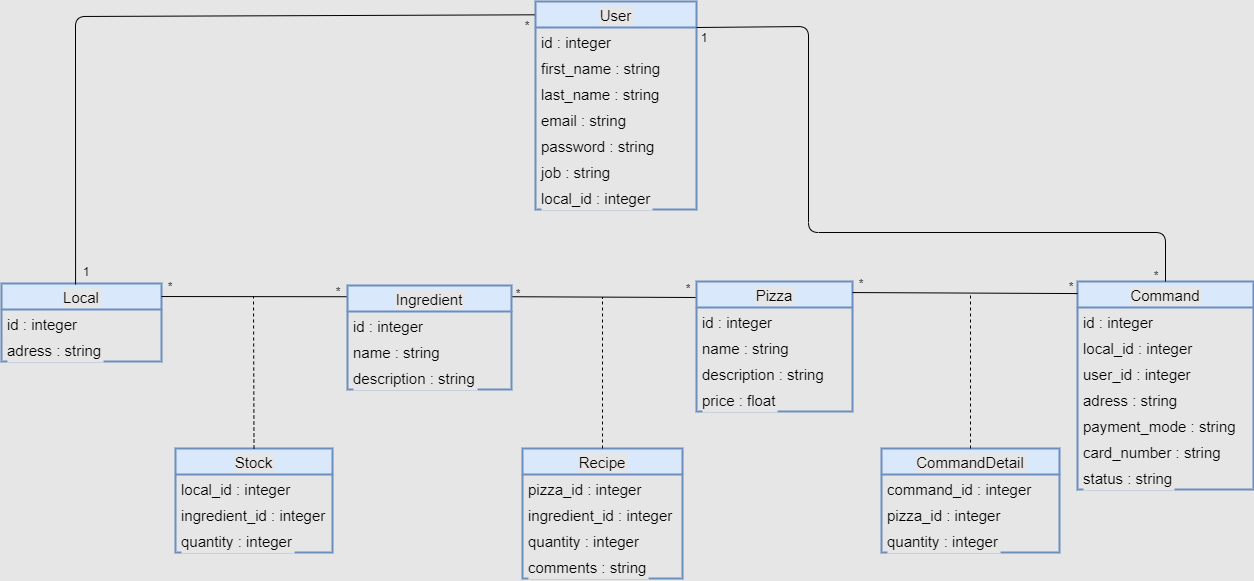
Above: diagrammes/class_diagram.png in Tony380/Projet6 (draw.io), before the change. Source tidied: cells renumbered, new cells last; positions are measured from the earlier drawing's top-left corner, leaving out a move shared by most shapes.
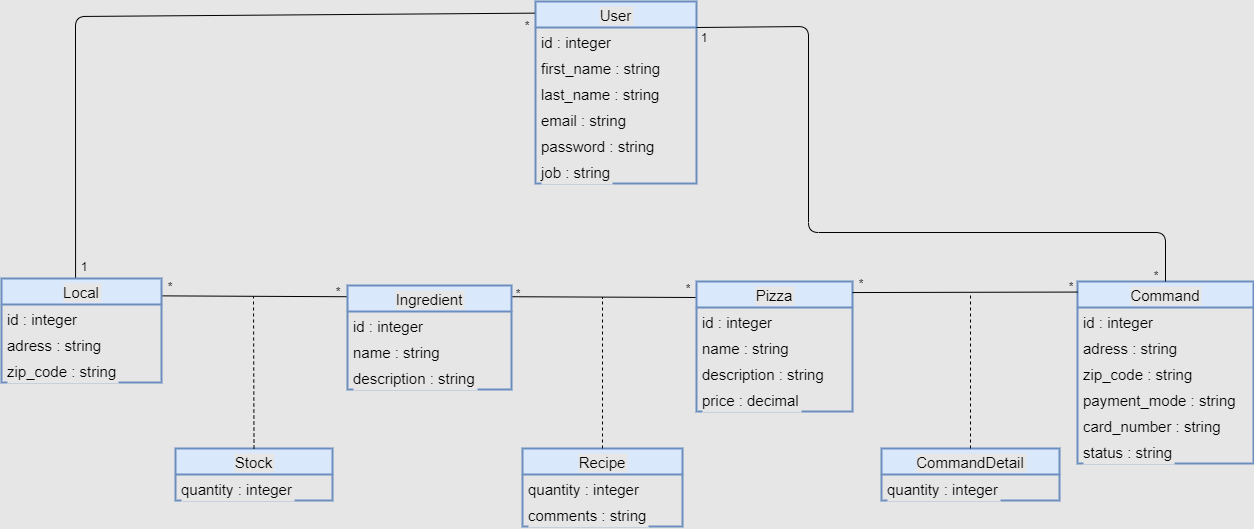
Later version of the same file.

Commit message:
Correction class_diagram relations

The edit, as a diff of the source:
```diff
@@ -3,55 +3,40 @@
     <mxCell id="0" />
     <mxCell id="1" parent="0" />
     <mxCell id="2" value="Command" style="swimlane;fontStyle=0;horizontal=1;startSize=26;fillColor=#dae8fc;strokeWidth=2;labelBackgroundColor=#E6E6E6;fontSize=15;strokeColor=#6c8ebf;" parent="1" vertex="1">
-      <mxGeometry x="1076" y="280" width="176" height="208" as="geometry" />
+      <mxGeometry x="1076" y="280" width="176" height="182" as="geometry" />
     </mxCell>
     <mxCell id="3" value="id : integer" style="text;strokeColor=none;fillColor=none;align=left;verticalAlign=top;spacingLeft=4;spacingRight=4;overflow=hidden;labelBackgroundColor=#E6E6E6;fontSize=15;" parent="2" vertex="1">
       <mxGeometry y="26" width="176" height="26" as="geometry" />
     </mxCell>
-    <mxCell id="4" value="local_id : integer" style="text;strokeColor=none;fillColor=none;align=left;verticalAlign=top;spacingLeft=4;spacingRight=4;overflow=hidden;labelBackgroundColor=#E6E6E6;fontSize=15;" parent="2" vertex="1">
-      <mxGeometry y="52" width="176" height="26" as="geometry" />
-    </mxCell>
-    <mxCell id="5" value="user_id : integer" style="text;strokeColor=none;fillColor=none;align=left;verticalAlign=top;spacingLeft=4;spacingRight=4;overflow=hidden;labelBackgroundColor=#E6E6E6;fontSize=15;" parent="2" vertex="1">
-      <mxGeometry y="78" width="176" height="26" as="geometry" />
-    </mxCell>
     <mxCell id="6" value="adress : string" style="text;strokeColor=none;fillColor=none;align=left;verticalAlign=top;spacingLeft=4;spacingRight=4;overflow=hidden;labelBackgroundColor=#E6E6E6;fontSize=15;" parent="2" vertex="1">
-      <mxGeometry y="104" width="176" height="26" as="geometry" />
+      <mxGeometry y="52" width="176" height="26" as="geometry" />
     </mxCell>
+    <mxCell id="61" value="zip_code : string" style="text;strokeColor=none;fillColor=none;align=left;verticalAlign=top;spacingLeft=4;spacingRight=4;overflow=hidden;labelBackgroundColor=#E6E6E6;fontSize=15;" parent="2" vertex="1">
+      <mxGeometry y="78" width="176" height="26" as="geometry" />
+    </mxCell>
     <mxCell id="7" value="payment_mode : string" style="text;strokeColor=none;fillColor=none;align=left;verticalAlign=top;spacingLeft=4;spacingRight=4;overflow=hidden;labelBackgroundColor=#E6E6E6;fontSize=15;" parent="2" vertex="1">
-      <mxGeometry y="130" width="176" height="26" as="geometry" />
+      <mxGeometry y="104" width="176" height="26" as="geometry" />
     </mxCell>
     <mxCell id="8" value="card_number : string" style="text;strokeColor=none;fillColor=none;align=left;verticalAlign=top;spacingLeft=4;spacingRight=4;overflow=hidden;labelBackgroundColor=#E6E6E6;fontSize=15;" parent="2" vertex="1">
-      <mxGeometry y="156" width="176" height="26" as="geometry" />
+      <mxGeometry y="130" width="176" height="26" as="geometry" />
     </mxCell>
     <mxCell id="9" value="status : string" style="text;strokeColor=none;fillColor=none;align=left;verticalAlign=top;spacingLeft=4;spacingRight=4;overflow=hidden;labelBackgroundColor=#E6E6E6;fontSize=15;" parent="2" vertex="1">
-      <mxGeometry y="182" width="176" height="26" as="geometry" />
+      <mxGeometry y="156" width="176" height="26" as="geometry" />
     </mxCell>
     <mxCell id="10" value="CommandDetail" style="swimlane;fontStyle=0;horizontal=1;startSize=26;fillColor=#dae8fc;labelBackgroundColor=#E6E6E6;strokeWidth=2;fontSize=15;strokeColor=#6c8ebf;" parent="1" vertex="1">
-      <mxGeometry x="880" y="447" width="178" height="104" as="geometry" />
+      <mxGeometry x="880" y="447" width="178" height="52" as="geometry" />
     </mxCell>
-    <mxCell id="11" value="command_id : integer" style="text;strokeColor=none;fillColor=none;align=left;verticalAlign=top;spacingLeft=4;spacingRight=4;overflow=hidden;labelBackgroundColor=#E6E6E6;fontSize=15;" parent="10" vertex="1">
-      <mxGeometry y="26" width="178" height="26" as="geometry" />
-    </mxCell>
-    <mxCell id="12" value="pizza_id : integer" style="text;strokeColor=none;fillColor=none;align=left;verticalAlign=top;spacingLeft=4;spacingRight=4;overflow=hidden;labelBackgroundColor=#E6E6E6;fontSize=15;" parent="10" vertex="1">
-      <mxGeometry y="52" width="178" height="26" as="geometry" />
-    </mxCell>
     <mxCell id="13" value="quantity : integer" style="text;strokeColor=none;fillColor=none;align=left;verticalAlign=top;spacingLeft=4;spacingRight=4;overflow=hidden;labelBackgroundColor=#E6E6E6;fontSize=15;" parent="10" vertex="1">
-      <mxGeometry y="78" width="178" height="26" as="geometry" />
+      <mxGeometry y="26" width="178" height="26" as="geometry" />
     </mxCell>
     <mxCell id="14" value="Recipe" style="swimlane;fontStyle=0;horizontal=1;startSize=26;fillColor=#dae8fc;labelBackgroundColor=#E6E6E6;strokeWidth=2;fontSize=15;strokeColor=#6c8ebf;" parent="1" vertex="1">
-      <mxGeometry x="521" y="447" width="160" height="130" as="geometry" />
+      <mxGeometry x="521" y="447" width="160" height="78" as="geometry" />
     </mxCell>
-    <mxCell id="15" value="pizza_id : integer" style="text;strokeColor=none;fillColor=none;align=left;verticalAlign=top;spacingLeft=4;spacingRight=4;overflow=hidden;labelBackgroundColor=#E6E6E6;fontSize=15;" parent="14" vertex="1">
-      <mxGeometry y="26" width="160" height="26" as="geometry" />
-    </mxCell>
-    <mxCell id="16" value="ingredient_id : integer" style="text;strokeColor=none;fillColor=none;align=left;verticalAlign=top;spacingLeft=4;spacingRight=4;overflow=hidden;labelBackgroundColor=#E6E6E6;fontSize=15;" parent="14" vertex="1">
-      <mxGeometry y="52" width="160" height="26" as="geometry" />
-    </mxCell>
     <mxCell id="17" value="quantity : integer" style="text;strokeColor=none;fillColor=none;align=left;verticalAlign=top;spacingLeft=4;spacingRight=4;overflow=hidden;labelBackgroundColor=#E6E6E6;fontSize=15;" parent="14" vertex="1">
-      <mxGeometry y="78" width="160" height="26" as="geometry" />
+      <mxGeometry y="26" width="160" height="26" as="geometry" />
     </mxCell>
     <mxCell id="18" value="comments : string" style="text;strokeColor=none;fillColor=none;align=left;verticalAlign=top;spacingLeft=4;spacingRight=4;overflow=hidden;labelBackgroundColor=#E6E6E6;fontSize=15;" parent="14" vertex="1">
-      <mxGeometry y="104" width="160" height="26" as="geometry" />
+      <mxGeometry y="52" width="160" height="26" as="geometry" />
     </mxCell>
     <mxCell id="19" value="Pizza" style="swimlane;fontStyle=0;horizontal=1;startSize=26;fillColor=#dae8fc;labelBackgroundColor=#E6E6E6;strokeWidth=2;fontSize=15;strokeColor=#6c8ebf;" parent="1" vertex="1">
       <mxGeometry x="695" y="280" width="156" height="130" as="geometry" />
@@ -65,30 +50,15 @@
     <mxCell id="22" value="description : string" style="text;strokeColor=none;fillColor=none;align=left;verticalAlign=top;spacingLeft=4;spacingRight=4;overflow=hidden;labelBackgroundColor=#E6E6E6;fontSize=15;" parent="19" vertex="1">
       <mxGeometry y="78" width="156" height="26" as="geometry" />
     </mxCell>
-    <mxCell id="23" value="price : float" style="text;strokeColor=none;fillColor=none;align=left;verticalAlign=top;spacingLeft=4;spacingRight=4;overflow=hidden;labelBackgroundColor=#E6E6E6;fontSize=15;" parent="19" vertex="1">
+    <mxCell id="23" value="price : decimal" style="text;strokeColor=none;fillColor=none;align=left;verticalAlign=top;spacingLeft=4;spacingRight=4;overflow=hidden;labelBackgroundColor=#E6E6E6;fontSize=15;" parent="19" vertex="1">
       <mxGeometry y="104" width="156" height="26" as="geometry" />
     </mxCell>
     <mxCell id="24" value="Stock" style="swimlane;fontStyle=0;horizontal=1;startSize=26;fillColor=#dae8fc;labelBackgroundColor=#E6E6E6;strokeWidth=2;fontSize=15;strokeColor=#6c8ebf;" parent="1" vertex="1">
-      <mxGeometry x="174" y="447" width="157" height="104" as="geometry" />
+      <mxGeometry x="174" y="447" width="157" height="52" as="geometry" />
     </mxCell>
-    <mxCell id="25" value="local_id : integer" style="text;strokeColor=none;fillColor=none;align=left;verticalAlign=top;spacingLeft=4;spacingRight=4;overflow=hidden;labelBackgroundColor=#E6E6E6;fontSize=15;" parent="24" vertex="1">
-      <mxGeometry y="26" width="157" height="26" as="geometry" />
-    </mxCell>
-    <mxCell id="26" value="ingredient_id : integer" style="text;strokeColor=none;fillColor=none;align=left;verticalAlign=top;spacingLeft=4;spacingRight=4;overflow=hidden;labelBackgroundColor=#E6E6E6;fontSize=15;" parent="24" vertex="1">
-      <mxGeometry y="52" width="157" height="26" as="geometry" />
-    </mxCell>
     <mxCell id="27" value="quantity : integer" style="text;strokeColor=none;fillColor=none;align=left;verticalAlign=top;spacingLeft=4;spacingRight=4;overflow=hidden;labelBackgroundColor=#E6E6E6;fontSize=15;" parent="24" vertex="1">
-      <mxGeometry y="78" width="157" height="26" as="geometry" />
+      <mxGeometry y="26" width="157" height="26" as="geometry" />
     </mxCell>
-    <mxCell id="28" value="Local" style="swimlane;fontStyle=0;horizontal=1;startSize=26;fillColor=#dae8fc;labelBackgroundColor=#E6E6E6;strokeWidth=2;fontSize=15;strokeColor=#6c8ebf;" parent="1" vertex="1">
-      <mxGeometry y="282" width="160" height="78" as="geometry" />
-    </mxCell>
-    <mxCell id="29" value="id : integer" style="text;strokeColor=none;fillColor=none;align=left;verticalAlign=top;spacingLeft=4;spacingRight=4;overflow=hidden;labelBackgroundColor=#E6E6E6;fontSize=15;" parent="28" vertex="1">
-      <mxGeometry y="26" width="160" height="26" as="geometry" />
-    </mxCell>
-    <mxCell id="30" value="adress : string" style="text;strokeColor=none;fillColor=none;align=left;verticalAlign=top;spacingLeft=4;spacingRight=4;overflow=hidden;labelBackgroundColor=#E6E6E6;fontSize=15;" parent="28" vertex="1">
-      <mxGeometry y="52" width="160" height="26" as="geometry" />
-    </mxCell>
     <mxCell id="31" style="endArrow=none;html=1;exitX=1;exitY=0.085;exitDx=0;exitDy=0;exitPerimeter=0;entryX=0;entryY=0.058;entryDx=0;entryDy=0;entryPerimeter=0;" parent="1" edge="1" source="19" target="2">
       <mxGeometry relative="1" as="geometry" />
     </mxCell>
@@ -114,7 +84,7 @@
       </mxGeometry>
     </mxCell>
     <mxCell id="37" value="User" style="swimlane;fontStyle=0;horizontal=1;startSize=26;fillColor=#dae8fc;labelBackgroundColor=#E6E6E6;strokeWidth=2;fontSize=15;strokeColor=#6c8ebf;" parent="1" vertex="1">
-      <mxGeometry x="534" width="161" height="208" as="geometry" />
+      <mxGeometry x="534" width="161" height="182" as="geometry" />
     </mxCell>
     <mxCell id="38" value="id : integer" style="text;strokeColor=none;fillColor=none;align=left;verticalAlign=top;spacingLeft=4;spacingRight=4;overflow=hidden;points=[[0,0.5],[1,0.5]];portConstraint=eastwest;labelBackgroundColor=#E6E6E6;fontSize=15;" parent="37" vertex="1">
       <mxGeometry y="26" width="161" height="26" as="geometry" />
@@ -134,9 +104,6 @@
     <mxCell id="43" value="job : string" style="text;strokeColor=none;fillColor=none;align=left;verticalAlign=top;spacingLeft=4;spacingRight=4;overflow=hidden;labelBackgroundColor=#E6E6E6;fontSize=15;" parent="37" vertex="1">
       <mxGeometry y="156" width="161" height="26" as="geometry" />
     </mxCell>
-    <mxCell id="44" value="local_id : integer" style="text;strokeColor=none;fillColor=none;align=left;verticalAlign=top;spacingLeft=4;spacingRight=4;overflow=hidden;labelBackgroundColor=#E6E6E6;fontSize=15;" parent="37" vertex="1">
-      <mxGeometry y="182" width="161" height="26" as="geometry" />
-    </mxCell>
     <mxCell id="45" style="endArrow=none;html=1;exitX=0.463;exitY=0.013;exitDx=0;exitDy=0;exitPerimeter=0;entryX=-0.006;entryY=0.064;entryDx=0;entryDy=0;entryPerimeter=0;" parent="1" edge="1" source="28" target="37">
       <mxGeometry relative="1" as="geometry">
         <Array as="points">
@@ -178,7 +145,7 @@
       <mxGeometry x="317" y="280" width="40" height="20" as="geometry" />
     </mxCell>
     <mxCell id="55" value="1" style="text;html=1;strokeColor=none;fillColor=none;align=center;verticalAlign=middle;whiteSpace=wrap;rounded=0;" parent="1" vertex="1">
-      <mxGeometry x="65" y="260" width="40" height="20" as="geometry" />
+      <mxGeometry x="63" y="255" width="40" height="20" as="geometry" />
     </mxCell>
     <mxCell id="56" value="*" style="text;html=1;strokeColor=none;fillColor=none;align=center;verticalAlign=middle;whiteSpace=wrap;rounded=0;" parent="1" vertex="1">
       <mxGeometry x="506" y="14" width="40" height="20" as="geometry" />
@@ -195,5 +162,17 @@
     <mxCell id="60" value="description : string" style="text;strokeColor=none;fillColor=none;align=left;verticalAlign=top;spacingLeft=4;spacingRight=4;overflow=hidden;labelBackgroundColor=#E6E6E6;fontSize=15;" parent="57" vertex="1">
       <mxGeometry y="78" width="164" height="26" as="geometry" />
     </mxCell>
+    <mxCell id="28" value="Local" style="swimlane;fontStyle=0;horizontal=1;startSize=26;fillColor=#dae8fc;labelBackgroundColor=#E6E6E6;strokeWidth=2;fontSize=15;strokeColor=#6c8ebf;" parent="1" vertex="1">
+      <mxGeometry y="277" width="160" height="104" as="geometry" />
+    </mxCell>
+    <mxCell id="29" value="id : integer" style="text;strokeColor=none;fillColor=none;align=left;verticalAlign=top;spacingLeft=4;spacingRight=4;overflow=hidden;labelBackgroundColor=#E6E6E6;fontSize=15;" parent="28" vertex="1">
+      <mxGeometry y="26" width="160" height="26" as="geometry" />
+    </mxCell>
+    <mxCell id="30" value="adress : string" style="text;strokeColor=none;fillColor=none;align=left;verticalAlign=top;spacingLeft=4;spacingRight=4;overflow=hidden;labelBackgroundColor=#E6E6E6;fontSize=15;" parent="28" vertex="1">
+      <mxGeometry y="52" width="160" height="26" as="geometry" />
+    </mxCell>
+    <mxCell id="62" value="zip_code : string" style="text;strokeColor=none;fillColor=none;align=left;verticalAlign=top;spacingLeft=4;spacingRight=4;overflow=hidden;labelBackgroundColor=#E6E6E6;fontSize=15;" parent="28" vertex="1">
+      <mxGeometry y="78" width="160" height="26" as="geometry" />
+    </mxCell>
   </root>
 </mxGraphModel>
```
